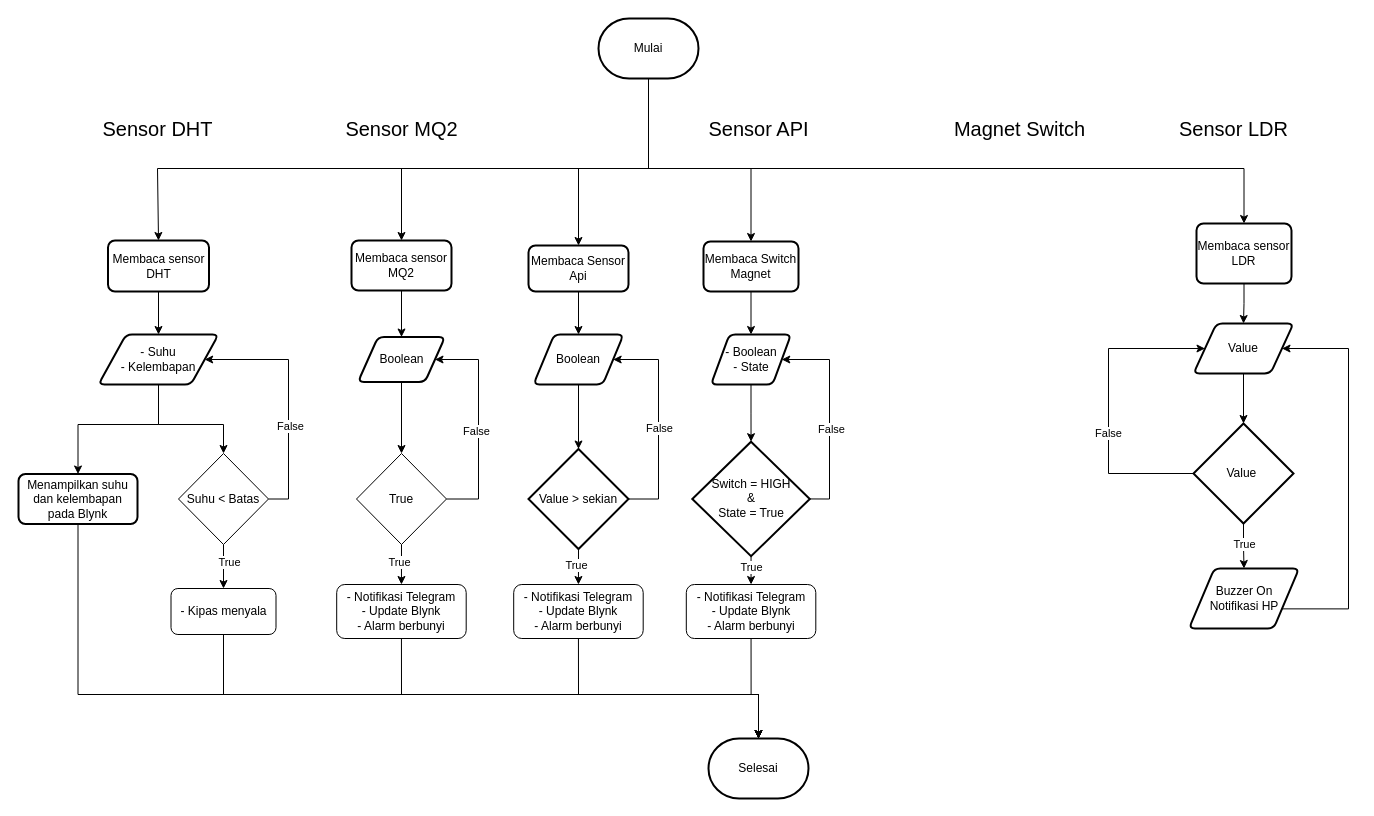
The draw.io diagram diagram/All in one Flowchart.drawio in lalala2b/project-bpvp, before the edit. Source tidied: cells renumbered, new cells numbered last; positions are measured from the earlier drawing's top-left corner, leaving out a move shared by most shapes. Both pictures are drawn from the tidied source at 100%, with x=0, y=0 at pixel (18, 18).
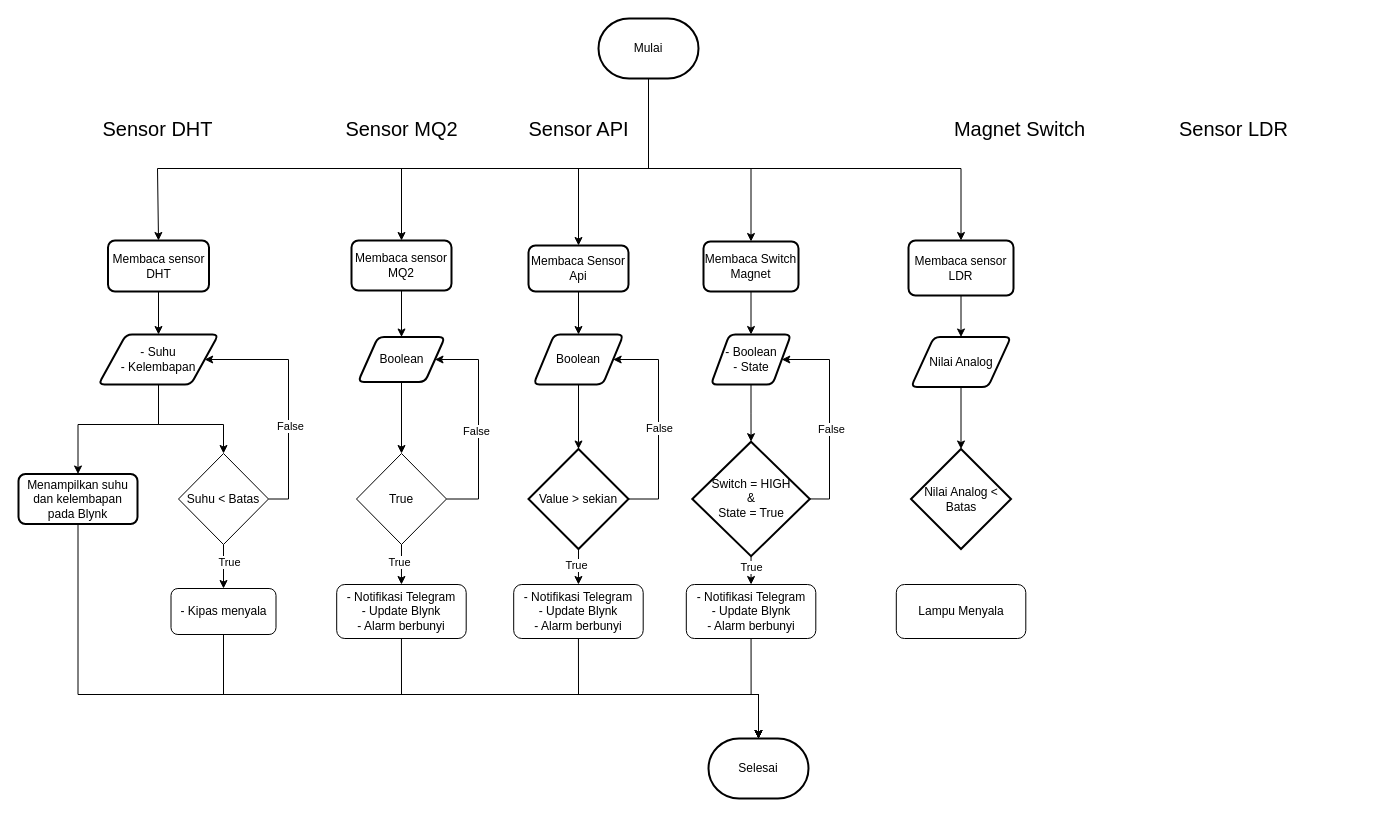
Above is the later version.

The change refers to these unchanged cells:
```xml
<mxCell id="7" value="Mulai" style="strokeWidth=2;html=1;shape=mxgraph.flowchart.terminator;whiteSpace=wrap;" parent="1" vertex="1">
  <mxGeometry x="580" width="100" height="60" as="geometry" />
</mxCell>
```

Diff of the diagram source:
```diff
@@
     <mxCell id="3" style="edgeStyle=orthogonalEdgeStyle;rounded=0;jettySize=auto;html=1;exitX=0.5;exitY=1;exitDx=0;exitDy=0;exitPerimeter=0;entryX=0.5;entryY=0;entryDx=0;entryDy=0;" parent="1" edge="1" source="7" target="37">
       <mxGeometry relative="1" as="geometry">
         <Array as="points">
           <mxPoint x="630" y="150" />
-          <mxPoint x="1226" y="150" />
+          <mxPoint x="943" y="150" />
+          <mxPoint x="943" y="222" />
         </Array>
       </mxGeometry>
     </mxCell>
@@
     <mxCell id="37" value="Membaca sensor LDR" style="rounded=1;whiteSpace=wrap;html=1;absoluteArcSize=1;arcSize=14;strokeWidth=2;" parent="1" vertex="1">
-      <mxGeometry x="1178" y="205" width="95" height="60" as="geometry" />
+      <mxGeometry x="890" y="222" width="105" height="55" as="geometry" />
     </mxCell>
-    <mxCell id="38" value="Value" style="shape=parallelogram;html=1;strokeWidth=2;perimeter=parallelogramPerimeter;whiteSpace=wrap;rounded=1;arcSize=12;size=0.23;" parent="1" vertex="1">
-      <mxGeometry x="1175" y="305" width="100" height="50" as="geometry" />
+    <mxCell id="38" value="Nilai Analog" style="shape=parallelogram;html=1;strokeWidth=2;perimeter=parallelogramPerimeter;whiteSpace=wrap;rounded=1;arcSize=12;size=0.23;" parent="1" vertex="1">
+      <mxGeometry x="892.5" y="318.5" width="100" height="50" as="geometry" />
     </mxCell>
-    <mxCell id="39" style="edgeStyle=orthogonalEdgeStyle;rounded=0;jettySize=auto;html=1;exitX=0;exitY=0.5;exitDx=0;exitDy=0;exitPerimeter=0;entryX=0;entryY=0.5;entryDx=0;entryDy=0;" parent="1" edge="1" source="43" target="38">
-      <mxGeometry relative="1" as="geometry">
-        <Array as="points">
-          <mxPoint x="1090" y="455" />
-          <mxPoint x="1090" y="330" />
-        </Array>
-      </mxGeometry>
-    </mxCell>
-    <mxCell id="40" value="False" style="edgeLabel;html=1;align=center;verticalAlign=middle;" parent="39" vertex="1">
-      <mxGeometry x="-0.18" y="1" relative="1" as="geometry" />
-    </mxCell>
-    <mxCell id="41" style="edgeStyle=orthogonalEdgeStyle;rounded=0;jettySize=auto;html=1;exitX=0.5;exitY=1;exitDx=0;exitDy=0;exitPerimeter=0;entryX=0.5;entryY=0;entryDx=0;entryDy=0;" parent="1" edge="1" source="43" target="51">
-      <mxGeometry relative="1" as="geometry" />
-    </mxCell>
-    <mxCell id="42" value="True" style="edgeLabel;html=1;align=center;verticalAlign=middle;" parent="41" vertex="1">
-      <mxGeometry x="-0.13" relative="1" as="geometry" />
-    </mxCell>
-    <mxCell id="43" value="Value&amp;nbsp;" style="strokeWidth=2;html=1;shape=mxgraph.flowchart.decision;whiteSpace=wrap;" parent="1" vertex="1">
-      <mxGeometry x="1175" y="405" width="100" height="100" as="geometry" />
+    <mxCell id="43" value="Nilai Analog &amp;lt; Batas" style="strokeWidth=2;html=1;shape=mxgraph.flowchart.decision;whiteSpace=wrap;" parent="1" vertex="1">
+      <mxGeometry x="892.5" y="430.5" width="100" height="100" as="geometry" />
     </mxCell>
@@
-    <mxCell id="45" style="edgeStyle=orthogonalEdgeStyle;rounded=0;jettySize=auto;html=1;entryX=1;entryY=0.5;entryDx=0;entryDy=0;exitX=1;exitY=0.75;exitDx=0;exitDy=0;" parent="1" edge="1" source="51" target="38">
-      <mxGeometry relative="1" as="geometry">
-        <Array as="points">
-          <mxPoint x="1330" y="590" />
-          <mxPoint x="1330" y="330" />
-        </Array>
-      </mxGeometry>
-    </mxCell>
@@
     <mxCell id="48" value="Sensor API" style="text;html=1;align=center;verticalAlign=middle;strokeColor=none;fillColor=none;fontSize=20;" parent="1" vertex="1">
-      <mxGeometry x="680" y="90" width="120" height="40" as="geometry" />
+      <mxGeometry x="500" y="90" width="120" height="40" as="geometry" />
     </mxCell>
@@
-    <mxCell id="51" value="Buzzer On&lt;br&gt;Notifikasi HP" style="shape=parallelogram;html=1;strokeWidth=2;perimeter=parallelogramPerimeter;whiteSpace=wrap;rounded=1;arcSize=12;size=0.23;" parent="1" vertex="1">
-      <mxGeometry x="1170.5" y="550" width="110" height="60" as="geometry" />
-    </mxCell>
@@
+    <mxCell id="72" value="Lampu Menyala" style="rounded=1;whiteSpace=wrap;html=1;" parent="1" vertex="1">
+      <mxGeometry x="877.8" y="566" width="129.5" height="54" as="geometry" />
+    </mxCell>
```
